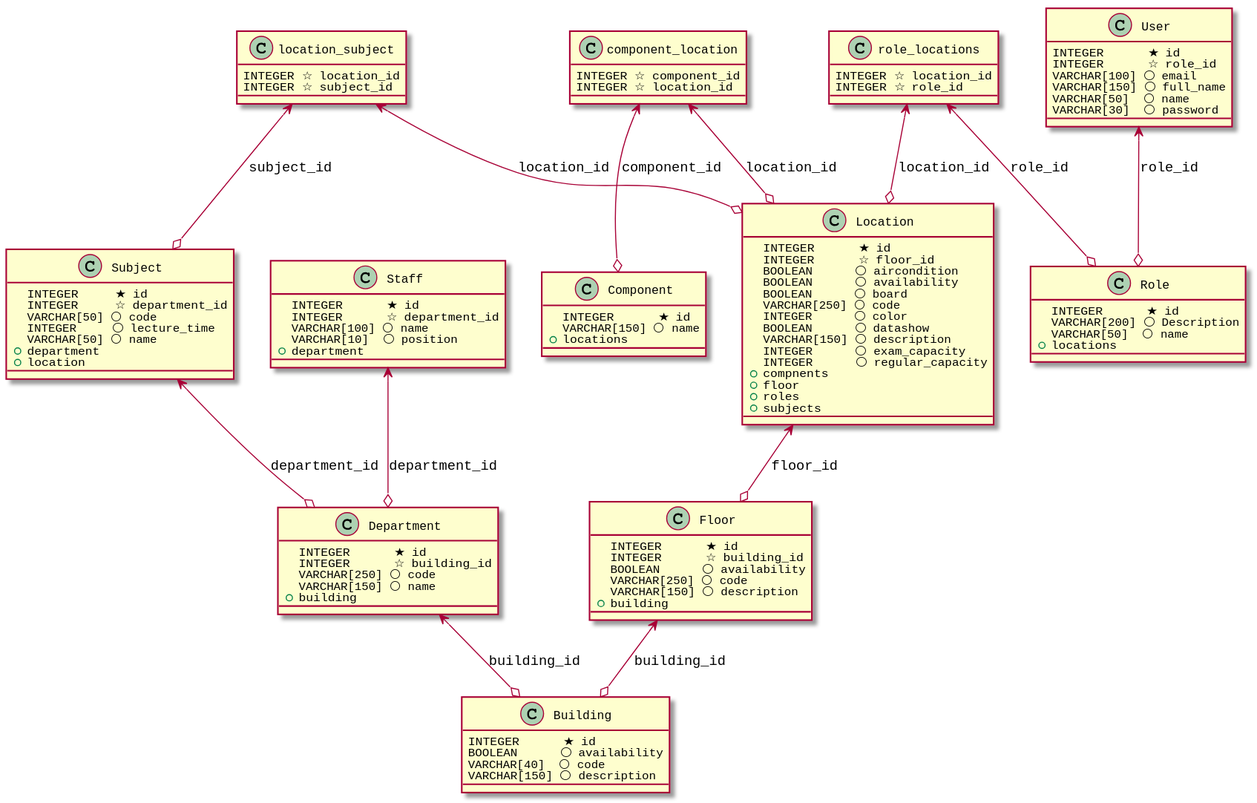
The PlantUML diagram database/erd.svg in abdo1819/LTA, before a commit.
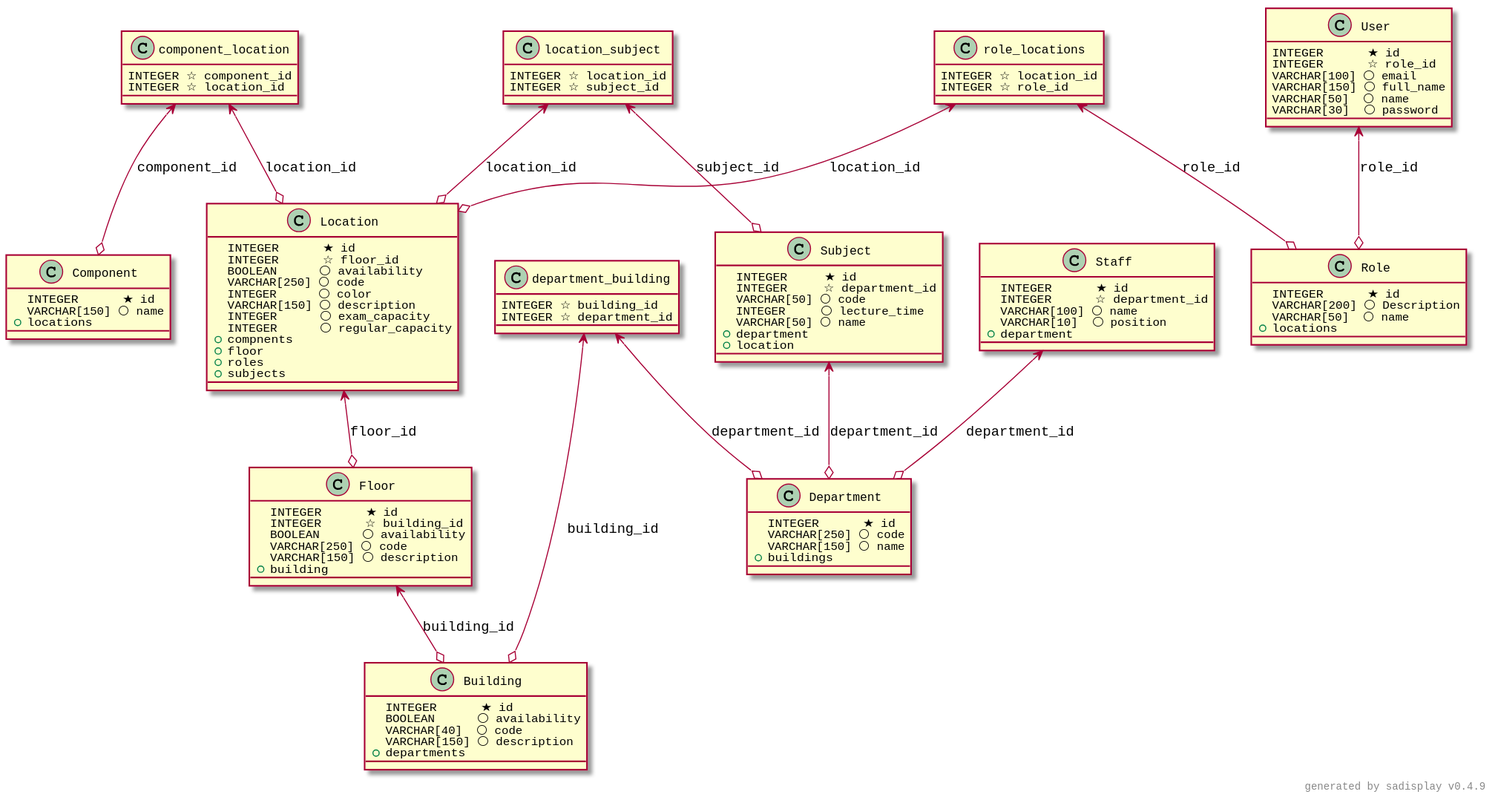
The same file after the commit.

Commit message:
v.01 prepare some erd change add TODO for edits edit building dep relation

The edit, as a diff of the source:
```diff
@@ -6,6 +6,7 @@
     BOOLEAN      ⚪ availability
     VARCHAR[40]  ⚪ code
     VARCHAR[150] ⚪ description
+    +            departments
 }
 
 Class Floor {
@@ -20,12 +21,9 @@
 Class Location {
     INTEGER      ★ id
     INTEGER      ☆ floor_id
-    BOOLEAN      ⚪ aircondition
     BOOLEAN      ⚪ availability
-    BOOLEAN      ⚪ board
     VARCHAR[250] ⚪ code
     INTEGER      ⚪ color
-    BOOLEAN      ⚪ datashow
     VARCHAR[150] ⚪ description
     INTEGER      ⚪ exam_capacity
     INTEGER      ⚪ regular_capacity
@@ -48,10 +46,14 @@
 
 Class Department {
     INTEGER      ★ id
-    INTEGER      ☆ building_id
     VARCHAR[250] ⚪ code
     VARCHAR[150] ⚪ name
-    +            building
+    +            buildings
+}
+
+Class department_building {
+    INTEGER ☆ building_id
+    INTEGER ☆ department_id
 }
 
 Class Staff {
@@ -106,7 +108,9 @@
 
 component_location <--o Location: location_id
 
-Department <--o Building: building_id
+department_building <--o Department: department_id
+
+department_building <--o Building: building_id
 
 Staff <--o Department: department_id
 
@@ -121,4 +125,6 @@
 role_locations <--o Role: role_id
 
 role_locations <--o Location: location_id
+
+right footer generated by sadisplay v0.4.9
 @enduml
```
